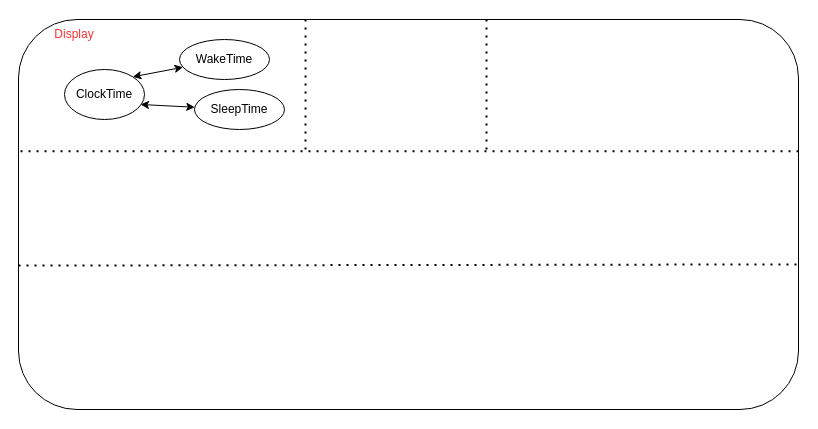
Earlier version of the draw.io diagram fms.drawio (blunik/Architecture). Source tidied: cells renumbered, new cells numbered last; positions are measured from the earlier drawing's top-left corner, leaving out a move shared by most shapes. Both pictures are drawn from the tidied source at 100%, with x=0, y=0 at pixel (18, 19).
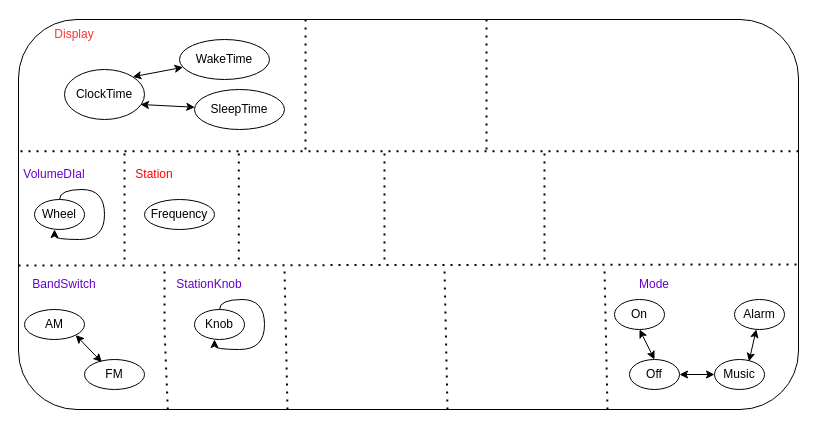
The same diagram, later.

What changed in the source:
```diff
@@
+    <mxCell id="13" style="endArrow=none;dashed=1;html=1;dashPattern=1 3;strokeWidth=2;rounded=0;exitX=0.153;exitY=1;exitDx=0;exitDy=0;exitPerimeter=0;" parent="1" edge="1">
+      <mxGeometry relative="1" as="geometry">
+        <mxPoint x="149.3" y="390" as="sourcePoint" />
+        <mxPoint x="146" y="250" as="targetPoint" />
+        <Array as="points">
+          <mxPoint x="146" y="310" />
+        </Array>
+      </mxGeometry>
+    </mxCell>
+    <mxCell id="14" style="endArrow=none;dashed=1;html=1;dashPattern=1 3;strokeWidth=2;rounded=0;exitX=0.153;exitY=1;exitDx=0;exitDy=0;exitPerimeter=0;" parent="1" edge="1">
+      <mxGeometry relative="1" as="geometry">
+        <mxPoint x="269" y="390" as="sourcePoint" />
+        <mxPoint x="266" y="250" as="targetPoint" />
+      </mxGeometry>
+    </mxCell>
+    <mxCell id="15" style="endArrow=none;dashed=1;html=1;dashPattern=1 3;strokeWidth=2;rounded=0;exitX=0.153;exitY=1;exitDx=0;exitDy=0;exitPerimeter=0;" parent="1" edge="1">
+      <mxGeometry relative="1" as="geometry">
+        <mxPoint x="429" y="390" as="sourcePoint" />
+        <mxPoint x="426" y="250" as="targetPoint" />
+      </mxGeometry>
+    </mxCell>
+    <mxCell id="16" style="endArrow=none;dashed=1;html=1;dashPattern=1 3;strokeWidth=2;rounded=0;exitX=0.153;exitY=1;exitDx=0;exitDy=0;exitPerimeter=0;" parent="1" edge="1">
+      <mxGeometry relative="1" as="geometry">
+        <mxPoint x="589" y="390" as="sourcePoint" />
+        <mxPoint x="586" y="250" as="targetPoint" />
+      </mxGeometry>
+    </mxCell>
+    <mxCell id="17" value="&lt;font color=&quot;#6600cc&quot;&gt;BandSwitch&lt;/font&gt;" style="text;html=1;align=center;verticalAlign=middle;whiteSpace=wrap;rounded=0;" parent="1" vertex="1">
+      <mxGeometry x="16" y="250" width="60" height="30" as="geometry" />
+    </mxCell>
+    <mxCell id="18" value="AM" style="ellipse;whiteSpace=wrap;html=1;" parent="1" vertex="1">
+      <mxGeometry x="6" y="290" width="60" height="30" as="geometry" />
+    </mxCell>
+    <mxCell id="19" value="FM" style="ellipse;whiteSpace=wrap;html=1;" parent="1" vertex="1">
+      <mxGeometry x="66" y="340" width="60" height="30" as="geometry" />
+    </mxCell>
+    <mxCell id="20" style="endArrow=classic;startArrow=classic;html=1;rounded=0;exitX=1;exitY=1;exitDx=0;exitDy=0;entryX=0.288;entryY=0.086;entryDx=0;entryDy=0;entryPerimeter=0;" parent="1" edge="1" source="18" target="19">
+      <mxGeometry relative="1" as="geometry" />
+    </mxCell>
+    <mxCell id="21" value="&lt;font color=&quot;#6600cc&quot;&gt;StationKnob&lt;/font&gt;" style="text;html=1;align=center;verticalAlign=middle;whiteSpace=wrap;rounded=0;" parent="1" vertex="1">
+      <mxGeometry x="161" y="250" width="60" height="30" as="geometry" />
+    </mxCell>
+    <mxCell id="22" value="Knob" style="ellipse;whiteSpace=wrap;html=1;" parent="1" vertex="1">
+      <mxGeometry x="176" y="290" width="50" height="30" as="geometry" />
+    </mxCell>
+    <mxCell id="23" style="endArrow=classic;html=1;rounded=0;edgeStyle=orthogonalEdgeStyle;curved=1;exitX=0.5;exitY=0;exitDx=0;exitDy=0;" parent="1" edge="1" source="22">
+      <mxGeometry relative="1" as="geometry">
+        <mxPoint x="196" y="320" as="targetPoint" />
+        <Array as="points">
+          <mxPoint x="201" y="280" />
+          <mxPoint x="246" y="280" />
+          <mxPoint x="246" y="330" />
+          <mxPoint x="196" y="330" />
+        </Array>
+      </mxGeometry>
+    </mxCell>
+    <mxCell id="24" value="&lt;font color=&quot;#6600cc&quot;&gt;Mode&lt;/font&gt;" style="text;html=1;align=center;verticalAlign=middle;whiteSpace=wrap;rounded=0;" parent="1" vertex="1">
+      <mxGeometry x="606" y="250" width="60" height="30" as="geometry" />
+    </mxCell>
+    <mxCell id="25" value="On" style="ellipse;whiteSpace=wrap;html=1;" parent="1" vertex="1">
+      <mxGeometry x="596" y="280" width="50" height="30" as="geometry" />
+    </mxCell>
+    <mxCell id="26" value="Off" style="ellipse;whiteSpace=wrap;html=1;" parent="1" vertex="1">
+      <mxGeometry x="611" y="340" width="50" height="30" as="geometry" />
+    </mxCell>
+    <mxCell id="27" value="Music" style="ellipse;whiteSpace=wrap;html=1;" parent="1" vertex="1">
+      <mxGeometry x="696" y="340" width="50" height="30" as="geometry" />
+    </mxCell>
+    <mxCell id="28" value="Alarm" style="ellipse;whiteSpace=wrap;html=1;" parent="1" vertex="1">
+      <mxGeometry x="716" y="280" width="50" height="30" as="geometry" />
+    </mxCell>
+    <mxCell id="29" style="endArrow=classic;startArrow=classic;html=1;rounded=0;exitX=0.5;exitY=1;exitDx=0;exitDy=0;entryX=0.5;entryY=0;entryDx=0;entryDy=0;" parent="1" edge="1" source="25" target="26">
+      <mxGeometry relative="1" as="geometry" />
+    </mxCell>
+    <mxCell id="30" style="endArrow=classic;startArrow=classic;html=1;rounded=0;entryX=1;entryY=0.5;entryDx=0;entryDy=0;" parent="1" edge="1" source="27" target="26">
+      <mxGeometry relative="1" as="geometry" />
+    </mxCell>
+    <mxCell id="31" style="endArrow=classic;startArrow=classic;html=1;rounded=0;entryX=0.69;entryY=0.063;entryDx=0;entryDy=0;entryPerimeter=0;" parent="1" edge="1" source="28" target="27">
+      <mxGeometry relative="1" as="geometry" />
+    </mxCell>
+    <mxCell id="32" style="endArrow=none;dashed=1;html=1;dashPattern=1 3;strokeWidth=2;rounded=0;" parent="1" edge="1">
+      <mxGeometry relative="1" as="geometry">
+        <mxPoint x="106" y="240" as="sourcePoint" />
+        <mxPoint x="106" y="130" as="targetPoint" />
+      </mxGeometry>
+    </mxCell>
+    <mxCell id="33" style="endArrow=none;dashed=1;html=1;dashPattern=1 3;strokeWidth=2;rounded=0;" parent="1" edge="1">
+      <mxGeometry relative="1" as="geometry">
+        <mxPoint x="220.3" y="240" as="sourcePoint" />
+        <mxPoint x="220.3" y="130" as="targetPoint" />
+      </mxGeometry>
+    </mxCell>
+    <mxCell id="34" style="endArrow=none;dashed=1;html=1;dashPattern=1 3;strokeWidth=2;rounded=0;" parent="1" edge="1">
+      <mxGeometry relative="1" as="geometry">
+        <mxPoint x="366" y="240" as="sourcePoint" />
+        <mxPoint x="366" y="130" as="targetPoint" />
+      </mxGeometry>
+    </mxCell>
+    <mxCell id="35" style="endArrow=none;dashed=1;html=1;dashPattern=1 3;strokeWidth=2;rounded=0;" parent="1" edge="1">
+      <mxGeometry relative="1" as="geometry">
+        <mxPoint x="526" y="240" as="sourcePoint" />
+        <mxPoint x="526" y="130" as="targetPoint" />
+      </mxGeometry>
+    </mxCell>
+    <mxCell id="36" value="&lt;font color=&quot;#6600cc&quot;&gt;VolumeDIal&lt;/font&gt;" style="text;html=1;align=center;verticalAlign=middle;whiteSpace=wrap;rounded=0;" parent="1" vertex="1">
+      <mxGeometry x="6" y="140" width="60" height="30" as="geometry" />
+    </mxCell>
+    <mxCell id="37" value="Wheel" style="ellipse;whiteSpace=wrap;html=1;" parent="1" vertex="1">
+      <mxGeometry x="16" y="180" width="50" height="30" as="geometry" />
+    </mxCell>
+    <mxCell id="38" style="endArrow=classic;html=1;rounded=0;edgeStyle=orthogonalEdgeStyle;curved=1;exitX=0.5;exitY=0;exitDx=0;exitDy=0;" parent="1" edge="1">
+      <mxGeometry relative="1" as="geometry">
+        <mxPoint x="41" y="180" as="sourcePoint" />
+        <mxPoint x="36" y="210" as="targetPoint" />
+        <Array as="points">
+          <mxPoint x="41" y="170" />
+          <mxPoint x="86" y="170" />
+          <mxPoint x="86" y="220" />
+          <mxPoint x="36" y="220" />
+        </Array>
+      </mxGeometry>
+    </mxCell>
+    <mxCell id="39" value="&lt;font color=&quot;#ff0000&quot;&gt;Station&lt;/font&gt;" style="text;html=1;align=center;verticalAlign=middle;whiteSpace=wrap;rounded=0;" parent="1" vertex="1">
+      <mxGeometry x="106" y="140" width="60" height="30" as="geometry" />
+    </mxCell>
+    <mxCell id="40" value="Frequency" style="ellipse;whiteSpace=wrap;html=1;" parent="1" vertex="1">
+      <mxGeometry x="126" y="180" width="70" height="30" as="geometry" />
+    </mxCell>
```
